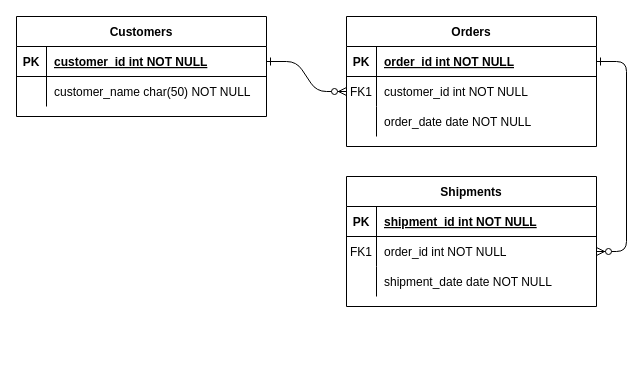
This is 未命名绘图.drawio from ZeJumpMan/Deadly3000, a draw.io file, before an edit. Source tidied: cells renumbered, new cells numbered last; positions are measured from the earlier drawing's top-left corner, leaving out a move shared by most shapes. Both pictures are drawn from the tidied source at 100%, with x=0, y=0 at pixel (16, 16).
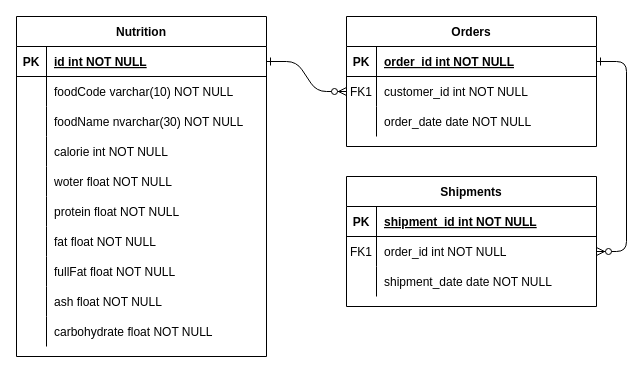
Above is the later version.

Unchanged cells that the change refers to:
```xml
<mxCell id="25" style="shape=partialRectangle;fillColor=none;points=[[0,0.5],[1,0.5]];portConstraint=eastwest;top=0;left=0;right=0;bottom=1;" parent="24" vertex="1">
  <mxGeometry y="30" width="250" height="30" as="geometry" />
</mxCell>
<mxCell id="28" style="shape=partialRectangle;fillColor=none;top=0;left=0;right=0;bottom=0;" parent="24" vertex="1">
  <mxGeometry y="60" width="250" height="30" as="geometry" />
</mxCell>
```

The edit, as a diff of the source:
```diff
@@
-    <mxCell id="24" value="Customers" style="shape=table;startSize=30;childLayout=tableLayout;rowLines=0;fontStyle=1;align=center;" parent="1" vertex="1">
-      <mxGeometry width="250" height="100" as="geometry" />
+    <mxCell id="24" value="Nutrition" style="shape=table;startSize=30;childLayout=tableLayout;rowLines=0;fontStyle=1;align=center;" parent="1" vertex="1">
+      <mxGeometry width="250" height="340" as="geometry" />
     </mxCell>
@@
-    <mxCell id="27" value="customer_id int NOT NULL " style="shape=partialRectangle;overflow=hidden;fillColor=none;top=0;left=0;bottom=0;right=0;align=left;spacingLeft=6;fontStyle=5;" parent="25" vertex="1">
+    <mxCell id="27" value="id int NOT NULL " style="shape=partialRectangle;overflow=hidden;fillColor=none;top=0;left=0;bottom=0;right=0;align=left;spacingLeft=6;fontStyle=5;" parent="25" vertex="1">
       <mxGeometry x="30" width="220" height="30" as="geometry" />
     </mxCell>
@@
-    <mxCell id="30" value="customer_name char(50) NOT NULL" style="shape=partialRectangle;overflow=hidden;fillColor=none;top=0;left=0;bottom=0;right=0;align=left;spacingLeft=6;" parent="28" vertex="1">
+    <mxCell id="30" value="foodCode varchar(10) NOT NULL" style="shape=partialRectangle;overflow=hidden;fillColor=none;top=0;left=0;bottom=0;right=0;align=left;spacingLeft=6;" parent="28" vertex="1">
       <mxGeometry x="30" width="220" height="30" as="geometry" />
     </mxCell>
+    <mxCell id="31" style="shape=partialRectangle;fillColor=none;top=0;left=0;right=0;bottom=0;" parent="24" vertex="1">
+      <mxGeometry y="90" width="250" height="30" as="geometry" />
+    </mxCell>
+    <mxCell id="32" style="shape=partialRectangle;overflow=hidden;fillColor=none;top=0;left=0;bottom=0;right=0;" parent="31" vertex="1">
+      <mxGeometry width="30" height="30" as="geometry" />
+    </mxCell>
+    <mxCell id="33" value="foodName nvarchar(30) NOT NULL " style="shape=partialRectangle;overflow=hidden;fillColor=none;top=0;left=0;bottom=0;right=0;align=left;spacingLeft=6;" parent="31" vertex="1">
+      <mxGeometry x="30" width="220" height="30" as="geometry" />
+    </mxCell>
+    <mxCell id="34" style="shape=partialRectangle;fillColor=none;top=0;left=0;right=0;bottom=0;" parent="24" vertex="1">
+      <mxGeometry y="120" width="250" height="30" as="geometry" />
+    </mxCell>
+    <mxCell id="35" style="shape=partialRectangle;overflow=hidden;fillColor=none;top=0;left=0;bottom=0;right=0;" parent="34" vertex="1">
+      <mxGeometry width="30" height="30" as="geometry" />
+    </mxCell>
+    <mxCell id="36" value="calorie int NOT NULL" style="shape=partialRectangle;overflow=hidden;fillColor=none;top=0;left=0;bottom=0;right=0;align=left;spacingLeft=6;" parent="34" vertex="1">
+      <mxGeometry x="30" width="220" height="30" as="geometry" />
+    </mxCell>
+    <mxCell id="37" style="shape=partialRectangle;fillColor=none;top=0;left=0;right=0;bottom=0;" parent="24" vertex="1">
+      <mxGeometry y="150" width="250" height="30" as="geometry" />
+    </mxCell>
+    <mxCell id="38" style="shape=partialRectangle;overflow=hidden;fillColor=none;top=0;left=0;bottom=0;right=0;" parent="37" vertex="1">
+      <mxGeometry width="30" height="30" as="geometry" />
+    </mxCell>
+    <mxCell id="39" value="woter float NOT NULL" style="shape=partialRectangle;overflow=hidden;fillColor=none;top=0;left=0;bottom=0;right=0;align=left;spacingLeft=6;" parent="37" vertex="1">
+      <mxGeometry x="30" width="220" height="30" as="geometry" />
+    </mxCell>
+    <mxCell id="40" style="shape=partialRectangle;fillColor=none;top=0;left=0;right=0;bottom=0;" parent="24" vertex="1">
+      <mxGeometry y="180" width="250" height="30" as="geometry" />
+    </mxCell>
+    <mxCell id="41" style="shape=partialRectangle;overflow=hidden;fillColor=none;top=0;left=0;bottom=0;right=0;" parent="40" vertex="1">
+      <mxGeometry width="30" height="30" as="geometry" />
+    </mxCell>
+    <mxCell id="42" value="protein float NOT NULL" style="shape=partialRectangle;overflow=hidden;fillColor=none;top=0;left=0;bottom=0;right=0;align=left;spacingLeft=6;" parent="40" vertex="1">
+      <mxGeometry x="30" width="220" height="30" as="geometry" />
+    </mxCell>
+    <mxCell id="43" style="shape=partialRectangle;fillColor=none;top=0;left=0;right=0;bottom=0;" parent="24" vertex="1">
+      <mxGeometry y="210" width="250" height="30" as="geometry" />
+    </mxCell>
+    <mxCell id="44" style="shape=partialRectangle;overflow=hidden;fillColor=none;top=0;left=0;bottom=0;right=0;" parent="43" vertex="1">
+      <mxGeometry width="30" height="30" as="geometry" />
+    </mxCell>
+    <mxCell id="45" value="fat float NOT NULL" style="shape=partialRectangle;overflow=hidden;fillColor=none;top=0;left=0;bottom=0;right=0;align=left;spacingLeft=6;" parent="43" vertex="1">
+      <mxGeometry x="30" width="220" height="30" as="geometry" />
+    </mxCell>
+    <mxCell id="46" style="shape=partialRectangle;fillColor=none;top=0;left=0;right=0;bottom=0;" parent="24" vertex="1">
+      <mxGeometry y="240" width="250" height="30" as="geometry" />
+    </mxCell>
+    <mxCell id="47" style="shape=partialRectangle;overflow=hidden;fillColor=none;top=0;left=0;bottom=0;right=0;" parent="46" vertex="1">
+      <mxGeometry width="30" height="30" as="geometry" />
+    </mxCell>
+    <mxCell id="48" value="fullFat float NOT NULL" style="shape=partialRectangle;overflow=hidden;fillColor=none;top=0;left=0;bottom=0;right=0;align=left;spacingLeft=6;" parent="46" vertex="1">
+      <mxGeometry x="30" width="220" height="30" as="geometry" />
+    </mxCell>
+    <mxCell id="49" style="shape=partialRectangle;fillColor=none;top=0;left=0;right=0;bottom=0;" parent="24" vertex="1">
+      <mxGeometry y="270" width="250" height="30" as="geometry" />
+    </mxCell>
+    <mxCell id="50" style="shape=partialRectangle;overflow=hidden;fillColor=none;top=0;left=0;bottom=0;right=0;" parent="49" vertex="1">
+      <mxGeometry width="30" height="30" as="geometry" />
+    </mxCell>
+    <mxCell id="51" value="ash float NOT NULL" style="shape=partialRectangle;overflow=hidden;fillColor=none;top=0;left=0;bottom=0;right=0;align=left;spacingLeft=6;" parent="49" vertex="1">
+      <mxGeometry x="30" width="220" height="30" as="geometry" />
+    </mxCell>
+    <mxCell id="52" style="shape=partialRectangle;fillColor=none;top=0;left=0;right=0;bottom=0;" parent="24" vertex="1">
+      <mxGeometry y="300" width="250" height="30" as="geometry" />
+    </mxCell>
+    <mxCell id="53" style="shape=partialRectangle;overflow=hidden;fillColor=none;top=0;left=0;bottom=0;right=0;" parent="52" vertex="1">
+      <mxGeometry width="30" height="30" as="geometry" />
+    </mxCell>
+    <mxCell id="54" value="carbohydrate float NOT NULL" style="shape=partialRectangle;overflow=hidden;fillColor=none;top=0;left=0;bottom=0;right=0;align=left;spacingLeft=6;" parent="52" vertex="1">
+      <mxGeometry x="30" width="220" height="30" as="geometry" />
+    </mxCell>
```
